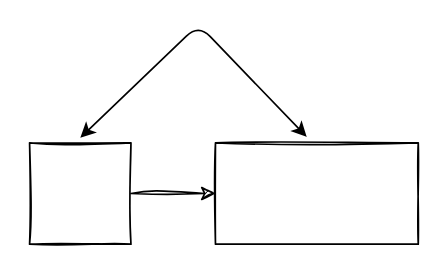
Earlier version of the draw.io diagram Untitled Diagram.drawio (lovekeer/springBoot). Source tidied: cells renumbered, new cells numbered last; positions are measured from the earlier drawing's top-left corner, leaving out a move shared by most shapes. Both pictures are drawn from the tidied source at 169%, with x=0, y=0 at pixel (29, 24).
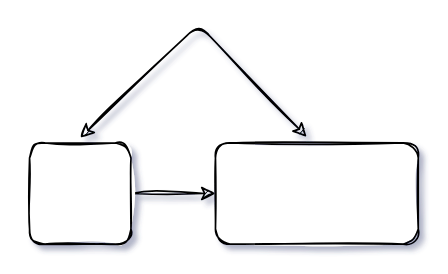
The same page after the edit.

Change to the diagram source:
```diff
@@
-<mxGraphModel>
+<mxGraphModel shadow="1">
   <root>
     <mxCell id="0" />
     <mxCell id="1" parent="0" />
-    <mxCell id="2" style="edgeStyle=orthogonalEdgeStyle;rounded=0;sketch=1;jettySize=auto;html=1;" parent="1" edge="1" source="3" target="4">
+    <mxCell id="2" style="edgeStyle=orthogonalEdgeStyle;jettySize=auto;html=1;sketch=1;" parent="1" edge="1" source="3" target="4">
       <mxGeometry relative="1" as="geometry" />
     </mxCell>
-    <mxCell id="3" style="rounded=0;whiteSpace=wrap;html=1;sketch=1;" parent="1" vertex="1">
+    <mxCell id="3" style="whiteSpace=wrap;html=1;rounded=1;sketch=1;" parent="1" vertex="1">
       <mxGeometry y="70" width="60" height="60" as="geometry" />
     </mxCell>
-    <mxCell id="4" style="whiteSpace=wrap;html=1;rounded=0;sketch=1;" parent="1" vertex="1">
+    <mxCell id="4" style="whiteSpace=wrap;html=1;rounded=1;sketch=1;" parent="1" vertex="1">
       <mxGeometry x="110" y="70" width="120" height="60" as="geometry" />
     </mxCell>
-    <mxCell id="5" style="endArrow=classic;startArrow=classic;html=1;entryX=0.45;entryY=-0.058;entryDx=0;entryDy=0;entryPerimeter=0;" parent="1" edge="1" target="4">
+    <mxCell id="5" style="endArrow=classic;startArrow=classic;html=1;entryX=0.45;entryY=-0.058;entryDx=0;entryDy=0;entryPerimeter=0;sketch=1;" parent="1" edge="1" target="4">
       <mxGeometry relative="1" as="geometry">
         <mxPoint x="30" y="67" as="sourcePoint" />
         <Array as="points">
           <mxPoint x="100" />
         </Array>
       </mxGeometry>
     </mxCell>
   </root>
 </mxGraphModel>
```
